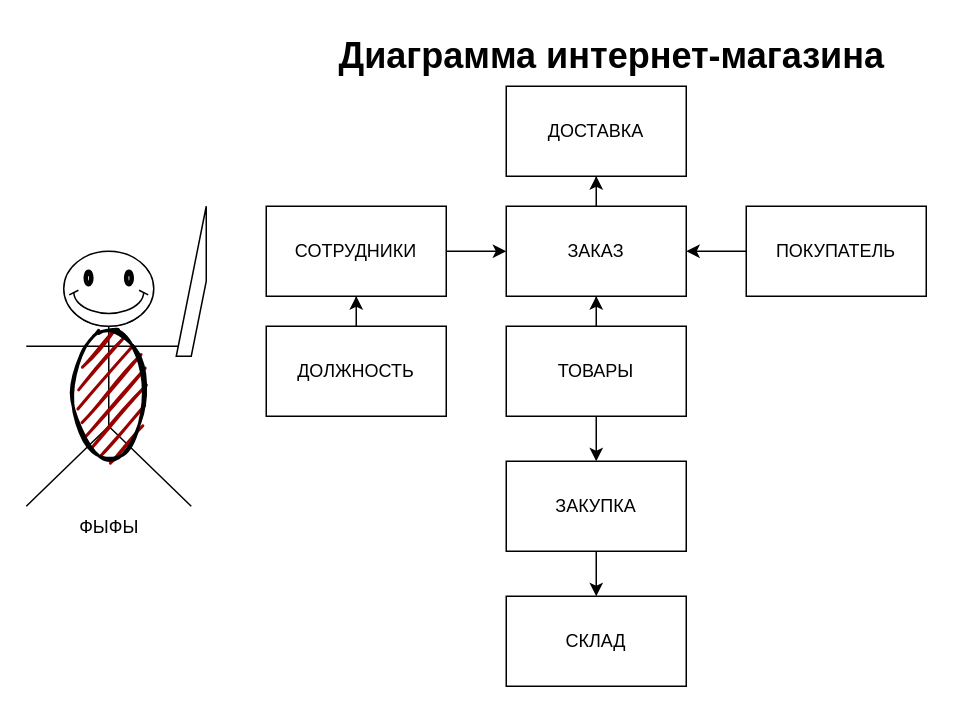
This is BASE_OF_SHOP.drawio from G-genius/shopAPI_ANIMALS, a draw.io file, before an edit. Source tidied: cells renumbered, new cells numbered last; positions are measured from the earlier drawing's top-left corner, leaving out a move shared by most shapes. Both pictures are drawn from the tidied source at 150%, with x=0, y=0 at pixel (26, 26).
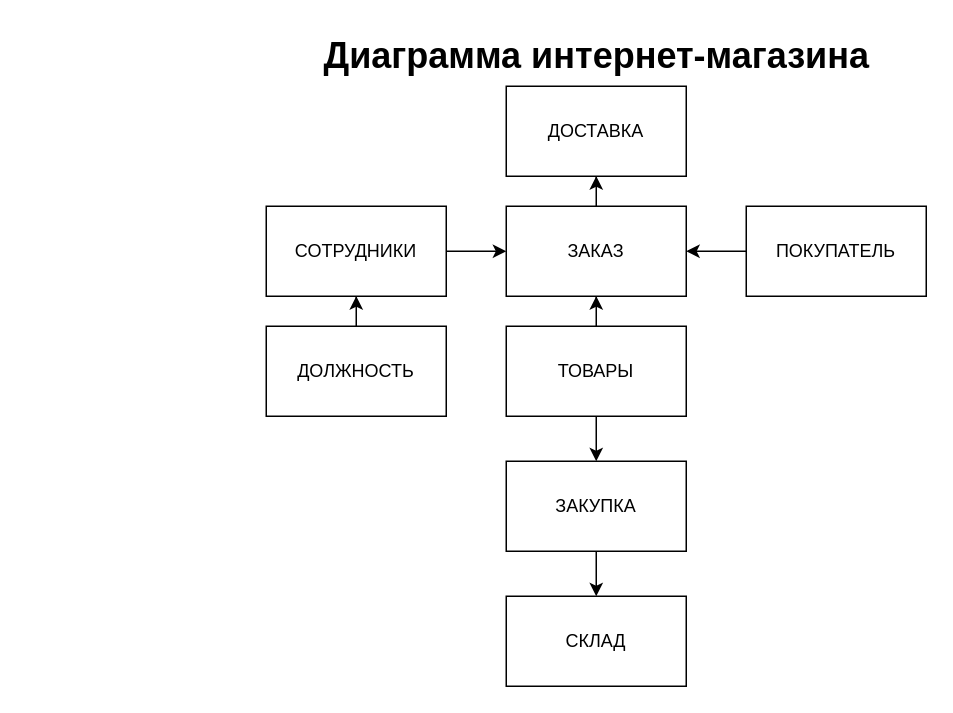
The same page after the edit.

Change to the diagram source:
```diff
@@
-    <mxCell id="11" value="ФЫФЫ&lt;br&gt;" style="shape=umlActor;verticalLabelPosition=bottom;verticalAlign=top;html=1;" parent="1" vertex="1">
-      <mxGeometry y="160" width="110" height="160" as="geometry" />
-    </mxCell>
-    <mxCell id="12" style="ellipse;whiteSpace=wrap;html=1;strokeWidth=2;fillWeight=2;hachureGap=8;fillColor=#990000;fillStyle=dots;sketch=1;" parent="1" vertex="1">
-      <mxGeometry x="30" y="200" width="50" height="90" as="geometry" />
-    </mxCell>
@@
-    <mxCell id="15" style="verticalLabelPosition=bottom;verticalAlign=top;html=1;shape=mxgraph.basic.smiley;" parent="1" vertex="1">
-      <mxGeometry x="25" y="150" width="60" height="50" as="geometry" />
-    </mxCell>
-    <mxCell id="16" style="verticalLabelPosition=bottom;verticalAlign=top;html=1;shape=mxgraph.basic.diag_stripe;dx=10;" parent="1" vertex="1">
-      <mxGeometry x="100" y="120" width="20" height="100" as="geometry" />
-    </mxCell>
@@
     <mxCell id="21" value="Диаграмма интернет-магазина" style="text;strokeColor=none;fillColor=none;html=1;fontSize=24;fontStyle=1;verticalAlign=middle;align=center;" parent="1" vertex="1">
-      <mxGeometry x="340" width="100" height="40" as="geometry" />
+      <mxGeometry x="330" width="100" height="40" as="geometry" />
     </mxCell>
```
